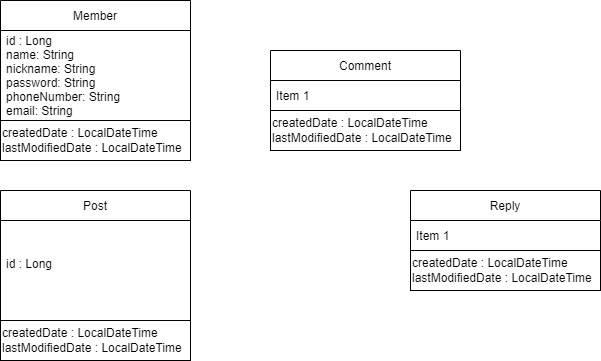
Earlier version of the draw.io export Sprint1 Entity Class Diagram.drawio.png (JunYoung-C/Instagram). Source tidied: cells renumbered, new cells last; positions are measured from the earlier drawing's top-left corner, leaving out a move shared by most shapes.
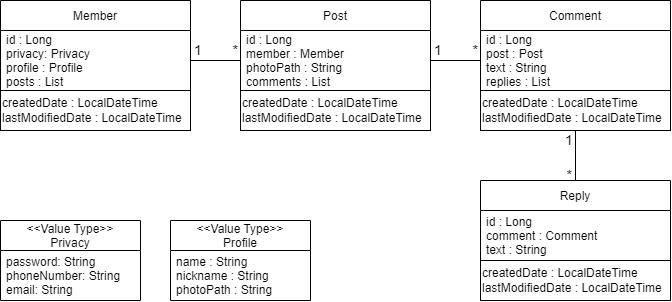
The same file after the commit.

Commit message:
docs : 클래스 다이어그램 초안 완성 (#12)

The edit, as a diff of the source:
```diff
@@ -3,40 +3,91 @@
     <mxCell id="0" />
     <mxCell id="1" parent="0" />
     <mxCell id="2" value="Comment" style="swimlane;fontStyle=0;horizontal=1;startSize=30;" parent="1" vertex="1">
-      <mxGeometry x="270" y="50" width="190" height="100" as="geometry" />
+      <mxGeometry x="630" y="230" width="190" height="130" as="geometry" />
     </mxCell>
-    <mxCell id="3" value="Item 1" style="text;strokeColor=none;fillColor=none;align=left;verticalAlign=middle;spacingLeft=4;spacingRight=4;overflow=hidden;points=[[0,0.5],[1,0.5]];portConstraint=eastwest;" parent="2" vertex="1">
-      <mxGeometry y="30" width="190" height="30" as="geometry" />
+    <mxCell id="3" value="id : Long&#10;post : Post&#10;text : String&#10;replies : List" style="text;strokeColor=none;fillColor=none;align=left;verticalAlign=middle;spacingLeft=4;spacingRight=4;overflow=hidden;points=[[0,0.5],[1,0.5]];portConstraint=eastwest;" parent="2" vertex="1">
+      <mxGeometry y="30" width="190" height="60" as="geometry" />
     </mxCell>
     <mxCell id="4" value="createdDate : LocalDateTime&lt;br&gt;lastModifiedDate : LocalDateTime" style="rounded=0;whiteSpace=wrap;html=1;shadow=0;align=left;" parent="2" vertex="1">
-      <mxGeometry y="60" width="190" height="40" as="geometry" />
+      <mxGeometry y="90" width="190" height="40" as="geometry" />
     </mxCell>
     <mxCell id="5" value="Member" style="swimlane;fontStyle=0;horizontal=1;startSize=30;" parent="1" vertex="1">
-      <mxGeometry width="190" height="160" as="geometry" />
+      <mxGeometry x="150" y="230" width="190" height="130" as="geometry" />
     </mxCell>
-    <mxCell id="6" value="id : Long&#10;name: String&#10;nickname: String&#10;password: String&#10;phoneNumber: String&#10;email: String" style="text;strokeColor=none;fillColor=none;align=left;verticalAlign=middle;spacingLeft=4;spacingRight=4;overflow=hidden;points=[[0,0.5],[1,0.5]];portConstraint=eastwest;" parent="5" vertex="1">
-      <mxGeometry y="30" width="190" height="90" as="geometry" />
+    <mxCell id="6" value="id : Long&#10;privacy: Privacy&#10;profile : Profile&#10;posts : List" style="text;strokeColor=none;fillColor=none;align=left;verticalAlign=middle;spacingLeft=4;spacingRight=4;overflow=hidden;points=[[0,0.5],[1,0.5]];portConstraint=eastwest;" parent="5" vertex="1">
+      <mxGeometry y="30" width="190" height="60" as="geometry" />
     </mxCell>
     <mxCell id="7" value="createdDate : LocalDateTime&lt;br&gt;lastModifiedDate : LocalDateTime" style="rounded=0;whiteSpace=wrap;html=1;shadow=0;align=left;" parent="5" vertex="1">
-      <mxGeometry y="120" width="190" height="40" as="geometry" />
+      <mxGeometry y="90" width="190" height="40" as="geometry" />
     </mxCell>
     <mxCell id="8" value="Post" style="swimlane;fontStyle=0;horizontal=1;startSize=30;" parent="1" vertex="1">
-      <mxGeometry y="190" width="190" height="170" as="geometry" />
+      <mxGeometry x="390" y="230" width="190" height="130" as="geometry" />
     </mxCell>
-    <mxCell id="9" value="id : Long&#10;" style="text;strokeColor=none;fillColor=none;align=left;verticalAlign=middle;spacingLeft=4;spacingRight=4;overflow=hidden;points=[[0,0.5],[1,0.5]];portConstraint=eastwest;" parent="8" vertex="1">
-      <mxGeometry y="30" width="190" height="100" as="geometry" />
+    <mxCell id="9" value="id : Long&#10;member : Member&#10;photoPath : String&#10;comments : List" style="text;strokeColor=none;fillColor=none;align=left;verticalAlign=middle;spacingLeft=4;spacingRight=4;overflow=hidden;points=[[0,0.5],[1,0.5]];portConstraint=eastwest;" parent="8" vertex="1">
+      <mxGeometry y="30" width="190" height="60" as="geometry" />
     </mxCell>
     <mxCell id="10" value="createdDate : LocalDateTime&lt;br&gt;lastModifiedDate : LocalDateTime" style="rounded=0;whiteSpace=wrap;html=1;shadow=0;align=left;" parent="8" vertex="1">
-      <mxGeometry y="130" width="190" height="40" as="geometry" />
+      <mxGeometry y="90" width="190" height="40" as="geometry" />
     </mxCell>
     <mxCell id="11" value="Reply" style="swimlane;fontStyle=0;horizontal=1;startSize=30;" parent="1" vertex="1">
-      <mxGeometry x="410" y="190" width="190" height="100" as="geometry" />
+      <mxGeometry x="630" y="410" width="190" height="120" as="geometry" />
     </mxCell>
-    <mxCell id="12" value="Item 1" style="text;strokeColor=none;fillColor=none;align=left;verticalAlign=middle;spacingLeft=4;spacingRight=4;overflow=hidden;" parent="11" vertex="1">
-      <mxGeometry y="30" width="190" height="30" as="geometry" />
+    <mxCell id="12" value="id : Long&#10;comment : Comment&#10;text : String" style="text;strokeColor=none;fillColor=none;align=left;verticalAlign=middle;spacingLeft=4;spacingRight=4;overflow=hidden;" parent="11" vertex="1">
+      <mxGeometry y="30" width="190" height="50" as="geometry" />
     </mxCell>
     <mxCell id="13" value="createdDate : LocalDateTime&lt;br&gt;lastModifiedDate : LocalDateTime" style="rounded=0;whiteSpace=wrap;html=1;shadow=0;align=left;" parent="11" vertex="1">
-      <mxGeometry y="60" width="190" height="40" as="geometry" />
+      <mxGeometry y="80" width="190" height="40" as="geometry" />
     </mxCell>
+    <mxCell id="14" value="&lt;&lt;Value Type&gt;&gt;&#10;Privacy" style="swimlane;fontStyle=0;horizontal=1;startSize=30;" parent="1" vertex="1">
+      <mxGeometry x="150" y="450" width="140" height="80" as="geometry" />
+    </mxCell>
+    <mxCell id="15" value="password: String&#10;phoneNumber: String&#10;email: String" style="text;strokeColor=none;fillColor=none;align=left;verticalAlign=middle;spacingLeft=4;spacingRight=4;overflow=hidden;" parent="14" vertex="1">
+      <mxGeometry y="30" width="140" height="50" as="geometry" />
+    </mxCell>
+    <mxCell id="16" value="&lt;&lt;Value Type&gt;&gt;&#10;Profile" style="swimlane;fontStyle=0;horizontal=1;startSize=30;" parent="1" vertex="1">
+      <mxGeometry x="320" y="450" width="140" height="80" as="geometry" />
+    </mxCell>
+    <mxCell id="17" value="name : String&#10;nickname : String&#10;photoPath : String" style="text;strokeColor=none;fillColor=none;align=left;verticalAlign=middle;spacingLeft=4;spacingRight=4;overflow=hidden;" parent="16" vertex="1">
+      <mxGeometry y="30" width="140" height="50" as="geometry" />
+    </mxCell>
+    <mxCell id="18" style="endArrow=none;html=1;rounded=0;fontSize=14;exitX=1;exitY=0.5;exitDx=0;exitDy=0;entryX=0;entryY=0.5;entryDx=0;entryDy=0;" parent="1" edge="1" source="9" target="3">
+      <mxGeometry relative="1" as="geometry" />
+    </mxCell>
+    <mxCell id="19" value="1" style="html=1;align=left;verticalAlign=bottom;fontSize=14;" parent="18" vertex="1">
+      <mxGeometry x="-1" relative="1" as="geometry">
+        <mxPoint x="2" as="offset" />
+      </mxGeometry>
+    </mxCell>
+    <mxCell id="20" value="*" style="html=1;align=right;verticalAlign=bottom;fontSize=14;" parent="18" vertex="1">
+      <mxGeometry x="1" relative="1" as="geometry">
+        <mxPoint x="-2" as="offset" />
+      </mxGeometry>
+    </mxCell>
+    <mxCell id="21" style="endArrow=none;html=1;rounded=0;fontSize=14;exitX=1;exitY=0.5;exitDx=0;exitDy=0;entryX=0;entryY=0.5;entryDx=0;entryDy=0;" parent="1" edge="1" source="6" target="9">
+      <mxGeometry relative="1" as="geometry" />
+    </mxCell>
+    <mxCell id="22" value="1" style="html=1;align=left;verticalAlign=bottom;fontSize=14;" parent="21" vertex="1">
+      <mxGeometry x="-1" relative="1" as="geometry">
+        <mxPoint x="2" as="offset" />
+      </mxGeometry>
+    </mxCell>
+    <mxCell id="23" value="*" style="html=1;align=right;verticalAlign=bottom;fontSize=14;" parent="21" vertex="1">
+      <mxGeometry x="1" relative="1" as="geometry">
+        <mxPoint x="-2" as="offset" />
+      </mxGeometry>
+    </mxCell>
+    <mxCell id="24" style="endArrow=none;html=1;rounded=0;fontSize=14;entryX=0.5;entryY=0;entryDx=0;entryDy=0;exitX=0.5;exitY=1;exitDx=0;exitDy=0;" parent="1" edge="1" source="2" target="11">
+      <mxGeometry relative="1" as="geometry" />
+    </mxCell>
+    <mxCell id="25" value="1" style="html=1;align=left;verticalAlign=bottom;fontSize=14;" parent="24" vertex="1">
+      <mxGeometry x="-1" relative="1" as="geometry">
+        <mxPoint x="-12" y="20" as="offset" />
+      </mxGeometry>
+    </mxCell>
+    <mxCell id="26" value="*" style="html=1;align=right;verticalAlign=bottom;fontSize=14;" parent="24" vertex="1">
+      <mxGeometry x="1" relative="1" as="geometry">
+        <mxPoint x="-3" y="5" as="offset" />
+      </mxGeometry>
+    </mxCell>
   </root>
 </mxGraphModel>
```
